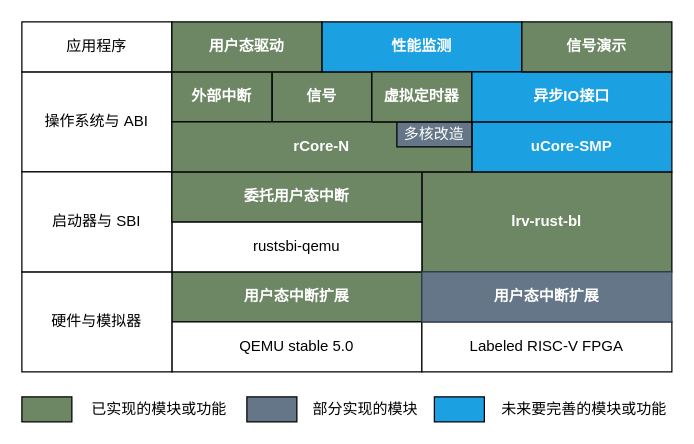
Earlier version of the draw.io diagram docs/src/assets/proj.drawio (oscomp/2021oscomp-best-kernel-design-impl). Source tidied: cells renumbered, new cells numbered last; positions are measured from the earlier drawing's top-left corner, leaving out a move shared by most shapes. Both pictures are drawn from the tidied source at 125%, with x=0, y=0 at pixel (21, 21).
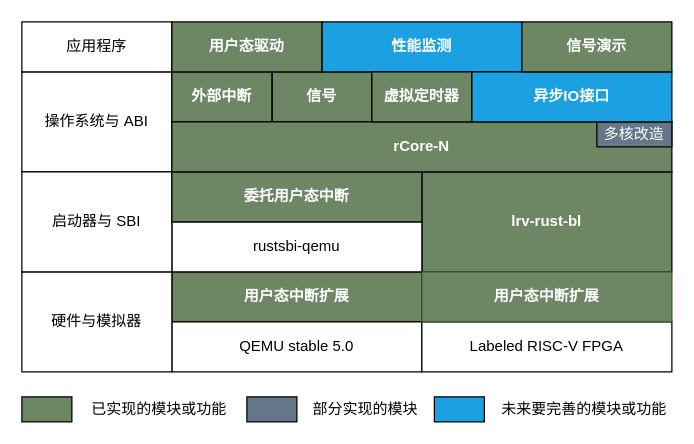
After the change.

Commit message (it also covers changes not shown here):
更新架构图

Change to the diagram source:
```diff
@@
-    <mxCell id="8" value="uCore-SMP" style="rounded=0;whiteSpace=wrap;html=1;fillColor=#1ba1e2;fontColor=#ffffff;fontStyle=1;" parent="1" vertex="1">
-      <mxGeometry x="360" y="80" width="160" height="40" as="geometry" />
-    </mxCell>
@@
-    <mxCell id="22" value="用户态中断扩展" style="rounded=0;whiteSpace=wrap;html=1;fillColor=#647687;fontColor=#ffffff;fontStyle=1;strokeColor=#314354;" parent="1" vertex="1">
+    <mxCell id="22" value="用户态中断扩展" style="rounded=0;whiteSpace=wrap;html=1;fillColor=#6d8764;fontColor=#ffffff;fontStyle=1;strokeColor=#3A5431;" parent="1" vertex="1">
       <mxGeometry x="320" y="200" width="200" height="40" as="geometry" />
     </mxCell>
@@
     <mxCell id="24" value="rCore-N" style="rounded=0;whiteSpace=wrap;html=1;fillColor=#6d8764;fontColor=#ffffff;fontStyle=1;" parent="1" vertex="1">
-      <mxGeometry x="120" y="80" width="240" height="40" as="geometry" />
+      <mxGeometry x="120" y="80" width="400" height="40" as="geometry" />
     </mxCell>
     <mxCell id="25" value="多核改造" style="rounded=0;whiteSpace=wrap;html=1;fillColor=#647687;fontColor=#ffffff;" parent="1" vertex="1">
-      <mxGeometry x="300" y="80" width="60" height="20" as="geometry" />
+      <mxGeometry x="460" y="80" width="60" height="20" as="geometry" />
     </mxCell>
```
